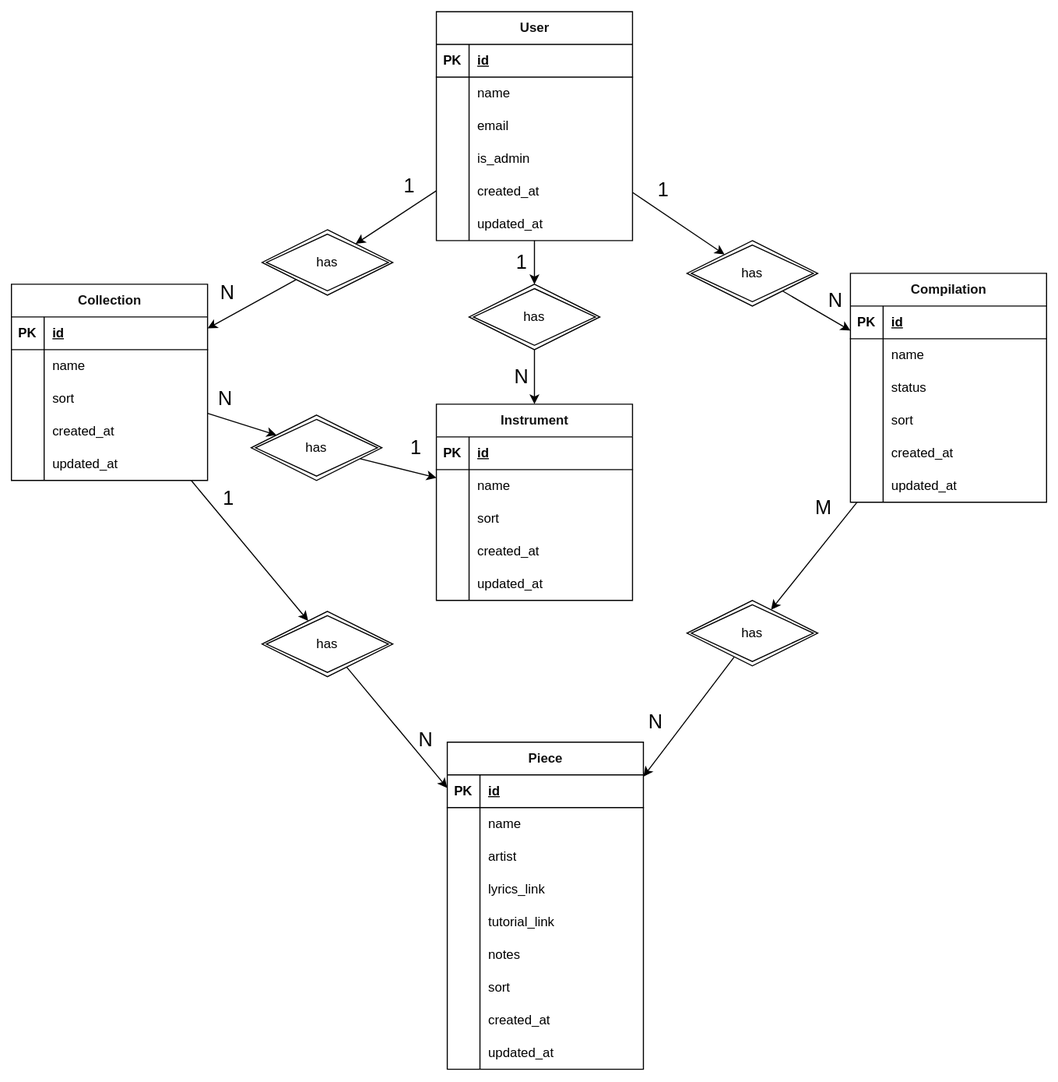
lachyduthy06/simple-music-manager keeps this draw.io diagram as docs/diagrams/db-schema.drawio.svg. Above is the earlier version. Source tidied: cells renumbered, new cells last; positions are measured from the earlier drawing's top-left corner, leaving out a move shared by most shapes.
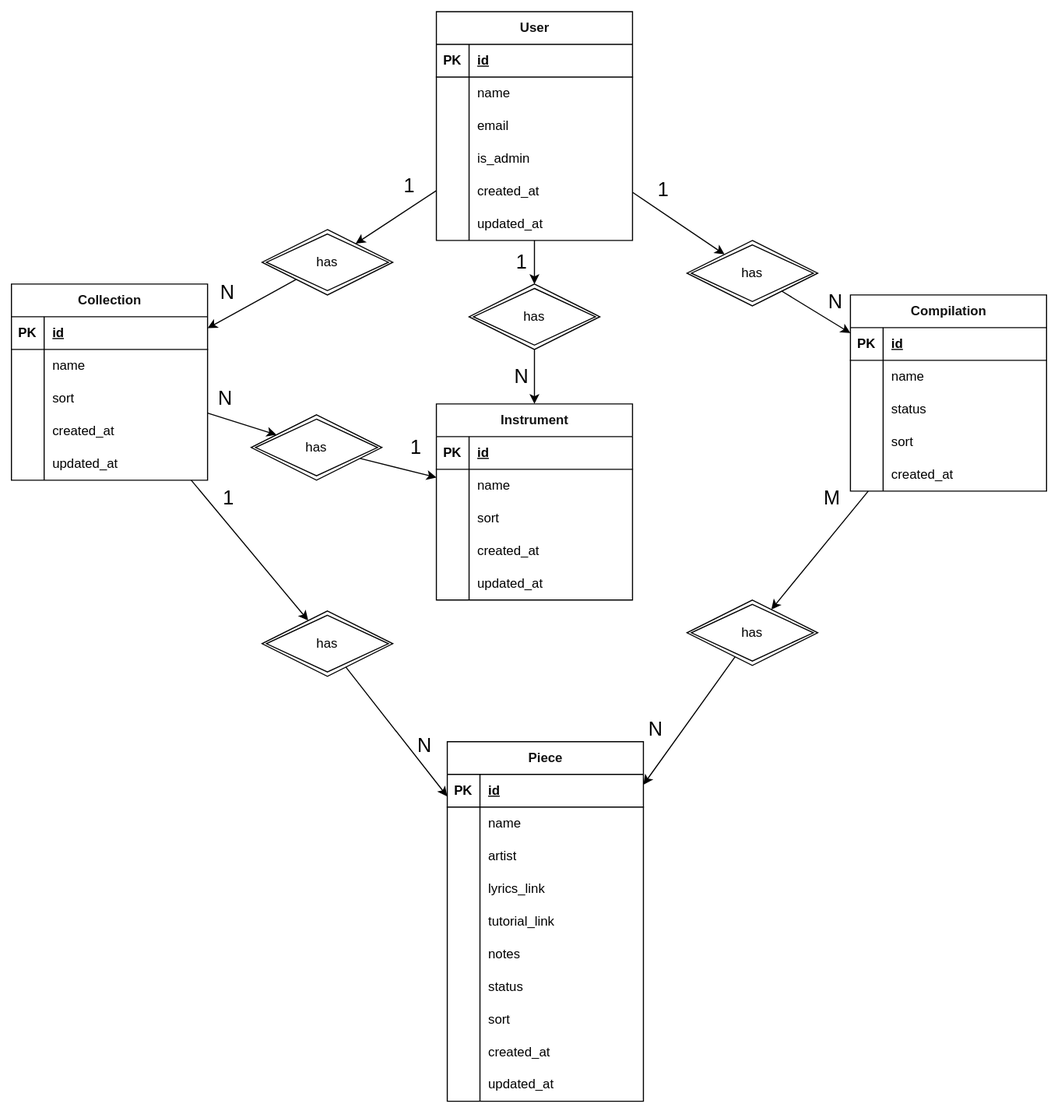
The same diagram one commit later.

The edit, as a diff of the source:
```diff
@@ -68,7 +68,7 @@
       <mxGeometry x="30" width="150" height="30" as="geometry" />
     </mxCell>
     <mxCell id="23" value="&lt;span style=&quot;background-color: light-dark(#ffffff, var(--ge-dark-color, #121212));&quot;&gt;&lt;font style=&quot;color: rgb(18, 18, 18);&quot;&gt;Compilation&lt;/font&gt;&lt;/span&gt;" style="shape=table;startSize=30;rowLines=0;fontStyle=1;align=center;html=1;labelBackgroundColor=default;fillColor=#FFFFFF;" parent="1" vertex="1">
-      <mxGeometry x="770" y="240" width="180" height="210" as="geometry" />
+      <mxGeometry x="770" y="260" width="180" height="180" as="geometry" />
     </mxCell>
     <mxCell id="24" style="shape=tableRow;horizontal=0;startSize=0;swimlaneHead=0;swimlaneBody=0;fillColor=none;top=0;left=0;right=0;bottom=1;" parent="23" vertex="1">
       <mxGeometry y="30" width="180" height="30" as="geometry" />
@@ -115,15 +115,6 @@
     <mxCell id="38" value="created_at" style="shape=partialRectangle;fillColor=none;top=0;left=0;bottom=0;right=0;align=left;spacingLeft=6;overflow=hidden;whiteSpace=wrap;html=1;" parent="36" vertex="1">
       <mxGeometry x="30" width="150" height="30" as="geometry" />
     </mxCell>
-    <mxCell id="39" style="shape=tableRow;horizontal=0;startSize=0;swimlaneHead=0;swimlaneBody=0;fillColor=none;top=0;left=0;right=0;bottom=0;" parent="23" vertex="1">
-      <mxGeometry y="180" width="180" height="30" as="geometry" />
-    </mxCell>
-    <mxCell id="40" style="shape=partialRectangle;fillColor=none;top=0;left=0;bottom=0;right=0;overflow=hidden;whiteSpace=wrap;html=1;" parent="39" vertex="1">
-      <mxGeometry width="30" height="30" as="geometry" />
-    </mxCell>
-    <mxCell id="41" value="&lt;span style=&quot;color: rgb(0, 0, 0);&quot;&gt;updated_at&lt;/span&gt;" style="shape=partialRectangle;fillColor=none;top=0;left=0;bottom=0;right=0;align=left;spacingLeft=6;overflow=hidden;whiteSpace=wrap;html=1;" parent="39" vertex="1">
-      <mxGeometry x="30" width="150" height="30" as="geometry" />
-    </mxCell>
     <mxCell id="42" style="edgeStyle=none;html=1;" parent="1" edge="1" source="44" target="23">
       <mxGeometry relative="1" as="geometry" />
     </mxCell>
@@ -289,7 +280,7 @@
       <mxGeometry x="220" y="370" width="120" height="60" as="geometry" />
     </mxCell>
     <mxCell id="92" value="&lt;span style=&quot;background-color: light-dark(#ffffff, var(--ge-dark-color, #121212));&quot;&gt;&lt;font style=&quot;color: rgb(18, 18, 18);&quot;&gt;Piece&lt;/font&gt;&lt;/span&gt;" style="shape=table;startSize=30;rowLines=0;fontStyle=1;align=center;html=1;labelBackgroundColor=default;fillColor=#FFFFFF;" parent="1" vertex="1">
-      <mxGeometry x="400" y="670" width="180" height="300" as="geometry" />
+      <mxGeometry x="400" y="670" width="180" height="330" as="geometry" />
     </mxCell>
     <mxCell id="93" style="shape=tableRow;horizontal=0;startSize=0;swimlaneHead=0;swimlaneBody=0;fillColor=none;top=0;left=0;right=0;bottom=1;" parent="92" vertex="1">
       <mxGeometry y="30" width="180" height="30" as="geometry" />
@@ -345,8 +336,17 @@
     <mxCell id="110" value="notes" style="shape=partialRectangle;fillColor=none;top=0;left=0;bottom=0;right=0;align=left;spacingLeft=6;overflow=hidden;whiteSpace=wrap;html=1;" parent="108" vertex="1">
       <mxGeometry x="30" width="150" height="30" as="geometry" />
     </mxCell>
+    <mxCell id="130" style="shape=tableRow;horizontal=0;startSize=0;swimlaneHead=0;swimlaneBody=0;fillColor=none;top=0;left=0;right=0;bottom=0;" parent="92" vertex="1">
+      <mxGeometry y="210" width="180" height="30" as="geometry" />
+    </mxCell>
+    <mxCell id="40" style="shape=partialRectangle;fillColor=none;top=0;left=0;bottom=0;right=0;overflow=hidden;whiteSpace=wrap;html=1;" parent="130" vertex="1">
+      <mxGeometry width="30" height="30" as="geometry" />
+    </mxCell>
+    <mxCell id="131" value="&lt;span style=&quot;color: rgb(0, 0, 0);&quot;&gt;status&lt;/span&gt;" style="shape=partialRectangle;fillColor=none;top=0;left=0;bottom=0;right=0;align=left;spacingLeft=6;overflow=hidden;whiteSpace=wrap;html=1;" parent="130" vertex="1">
+      <mxGeometry x="30" width="150" height="30" as="geometry" />
+    </mxCell>
     <mxCell id="111" style="shape=tableRow;horizontal=0;startSize=0;swimlaneHead=0;swimlaneBody=0;fillColor=none;top=0;left=0;right=0;bottom=0;" parent="92" vertex="1">
-      <mxGeometry y="210" width="180" height="30" as="geometry" />
+      <mxGeometry y="240" width="180" height="30" as="geometry" />
     </mxCell>
     <mxCell id="112" style="shape=partialRectangle;fillColor=none;top=0;left=0;bottom=0;right=0;overflow=hidden;whiteSpace=wrap;html=1;" parent="111" vertex="1">
       <mxGeometry width="30" height="30" as="geometry" />
@@ -355,7 +355,7 @@
       <mxGeometry x="30" width="150" height="30" as="geometry" />
     </mxCell>
     <mxCell id="114" style="shape=tableRow;horizontal=0;startSize=0;swimlaneHead=0;swimlaneBody=0;fillColor=none;top=0;left=0;right=0;bottom=0;" parent="92" vertex="1">
-      <mxGeometry y="240" width="180" height="30" as="geometry" />
+      <mxGeometry y="270" width="180" height="30" as="geometry" />
     </mxCell>
     <mxCell id="115" style="shape=partialRectangle;fillColor=none;top=0;left=0;bottom=0;right=0;overflow=hidden;whiteSpace=wrap;html=1;" parent="114" vertex="1">
       <mxGeometry width="30" height="30" as="geometry" />
@@ -364,7 +364,7 @@
       <mxGeometry x="30" width="150" height="30" as="geometry" />
     </mxCell>
     <mxCell id="117" style="shape=tableRow;horizontal=0;startSize=0;swimlaneHead=0;swimlaneBody=0;fillColor=none;top=0;left=0;right=0;bottom=0;" parent="92" vertex="1">
-      <mxGeometry y="270" width="180" height="30" as="geometry" />
+      <mxGeometry y="300" width="180" height="30" as="geometry" />
     </mxCell>
     <mxCell id="118" style="shape=partialRectangle;fillColor=none;top=0;left=0;bottom=0;right=0;overflow=hidden;whiteSpace=wrap;html=1;" parent="117" vertex="1">
       <mxGeometry width="30" height="30" as="geometry" />
```
